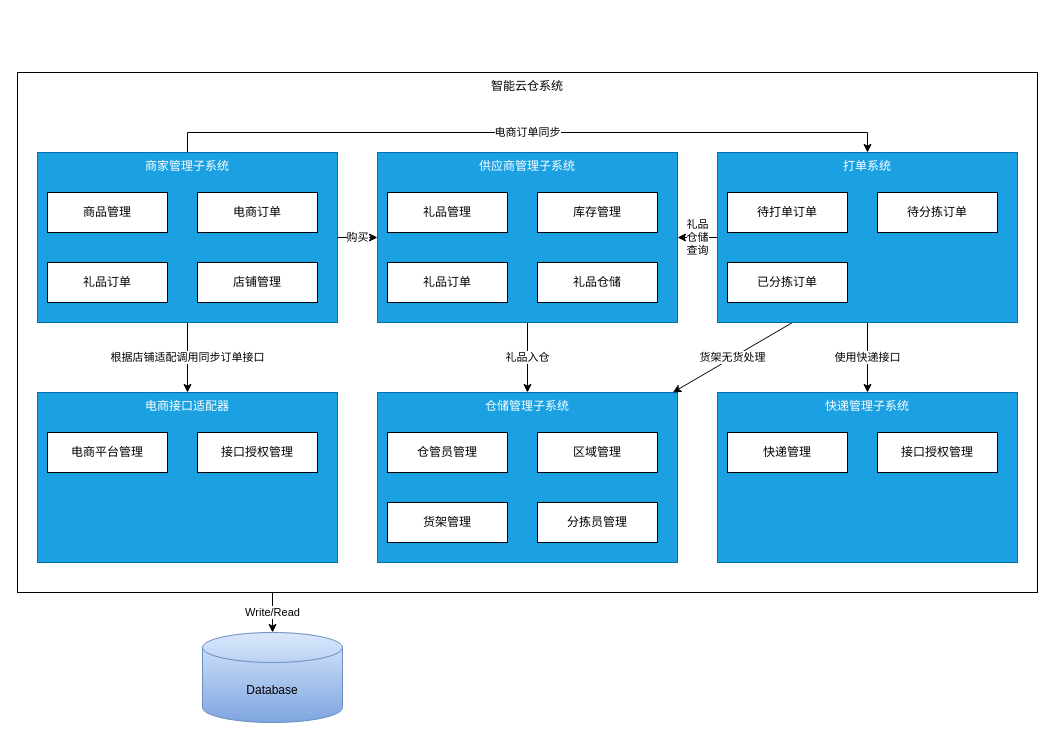
This is page "2-容器模块化" (2 of 4) of 智能云仓.drawio from lafite1987/draw, a draw.io file, before an edit. Source tidied: cells renumbered, new cells numbered last; positions are measured from the earlier drawing's top-left corner, leaving out a move shared by most shapes. Both pictures are drawn from the tidied source at 100%, with x=0, y=0 at pixel (17, 72).
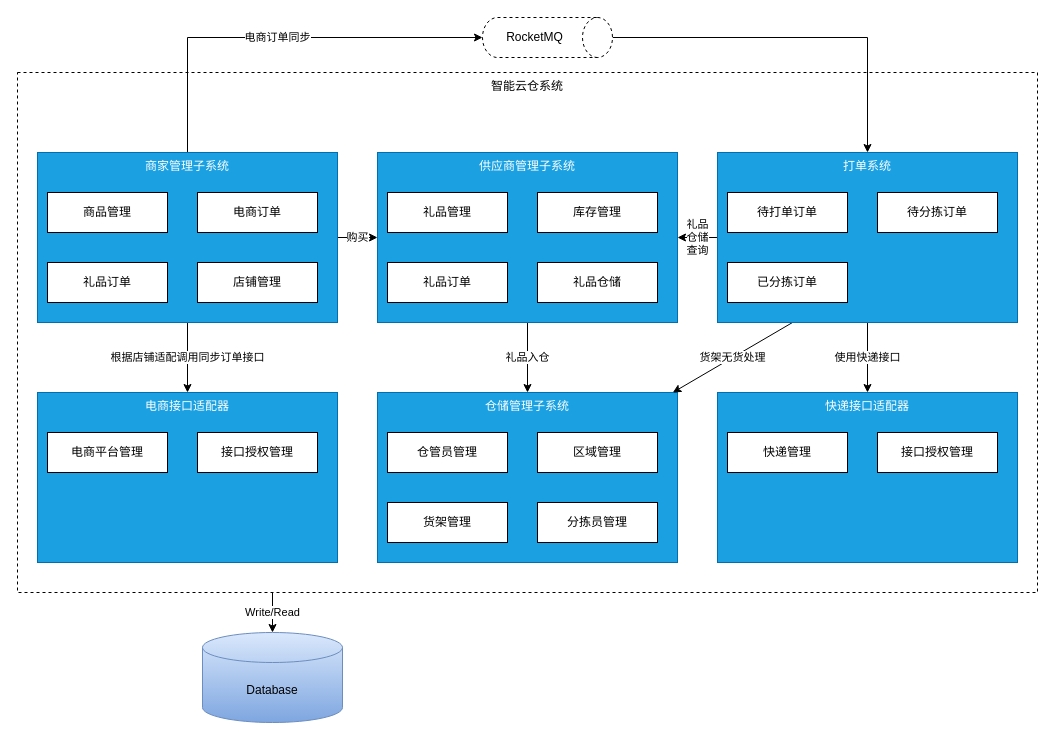
The same diagram, later.

Unchanged cells that the change refers to:
```xml
<mxCell id="7" value="商家管理子系统" style="rounded=0;whiteSpace=wrap;html=1;fillColor=#1ba1e2;fontColor=#ffffff;strokeColor=#006EAF;verticalAlign=top;" parent="1" vertex="1">
  <mxGeometry x="20" y="80" width="300" height="170" as="geometry" />
</mxCell>
<mxCell id="28" value="打单系统" style="rounded=0;whiteSpace=wrap;html=1;fillColor=#1ba1e2;fontColor=#ffffff;strokeColor=#006EAF;verticalAlign=top;" parent="1" vertex="1">
  <mxGeometry x="700" y="80" width="300" height="170" as="geometry" />
</mxCell>
```

Change to the diagram source:
```diff
@@
-    <mxCell id="3" value="智能云仓系统" style="rounded=0;whiteSpace=wrap;html=1;verticalAlign=top;" parent="1" vertex="1">
+    <mxCell id="3" value="智能云仓系统" style="rounded=0;whiteSpace=wrap;html=1;verticalAlign=top;dashed=1;" parent="1" vertex="1">
       <mxGeometry width="1020" height="520" as="geometry" />
     </mxCell>
@@
-    <mxCell id="5" value="电商订单同步" style="edgeStyle=orthogonalEdgeStyle;rounded=0;jettySize=auto;html=1;exitX=0.5;exitY=0;exitDx=0;exitDy=0;entryX=0.5;entryY=0;entryDx=0;entryDy=0;" parent="1" edge="1" source="7" target="28">
+    <mxCell id="5" value="电商订单同步" style="edgeStyle=orthogonalEdgeStyle;rounded=0;jettySize=auto;html=1;exitX=0.5;exitY=0;exitDx=0;exitDy=0;entryX=0.5;entryY=1;entryDx=0;entryDy=0;entryPerimeter=0;" parent="1" edge="1" source="7" target="38">
       <mxGeometry relative="1" as="geometry" />
     </mxCell>
@@
-    <mxCell id="23" value="快递管理子系统" style="rounded=0;whiteSpace=wrap;html=1;fillColor=#1ba1e2;fontColor=#ffffff;strokeColor=#006EAF;verticalAlign=top;" parent="1" vertex="1">
+    <mxCell id="23" value="快递接口适配器" style="rounded=0;whiteSpace=wrap;html=1;fillColor=#1ba1e2;fontColor=#ffffff;strokeColor=#006EAF;verticalAlign=top;" parent="1" vertex="1">
       <mxGeometry x="700" y="320" width="300" height="170" as="geometry" />
     </mxCell>
@@
+    <mxCell id="37" style="edgeStyle=orthogonalEdgeStyle;rounded=0;jettySize=auto;html=1;exitX=0.5;exitY=0;exitDx=0;exitDy=0;exitPerimeter=0;" parent="1" edge="1" source="38" target="28">
+      <mxGeometry relative="1" as="geometry" />
+    </mxCell>
+    <mxCell id="38" value="RocketMQ" style="shape=cylinder3;whiteSpace=wrap;html=1;boundedLbl=1;backgroundOutline=1;size=15;dashed=1;rotation=90;horizontal=0;" parent="1" vertex="1">
+      <mxGeometry x="510" y="-100" width="40" height="130" as="geometry" />
+    </mxCell>
```
